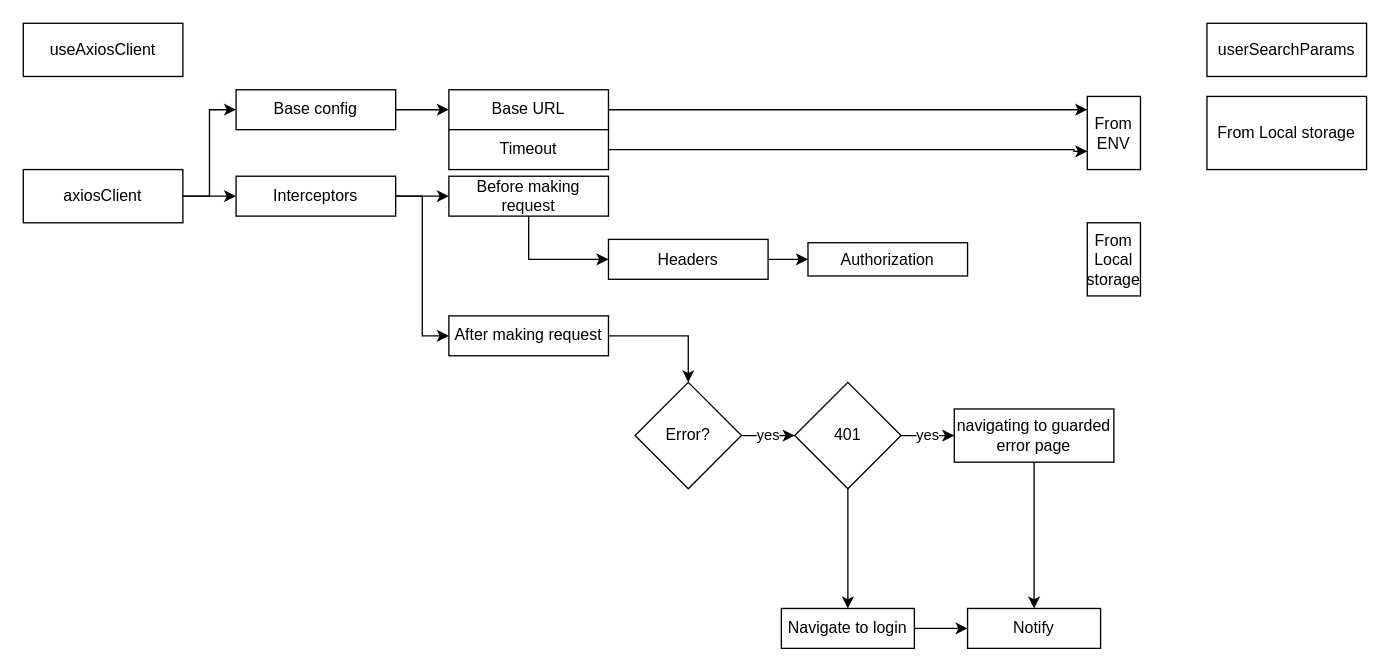
This is page "Hooks" (3 of 5) of my_lms.drawio from wind198/my_lms_fe, a draw.io file, before an edit. Source tidied: cells renumbered, new cells numbered last; positions are measured from the earlier drawing's top-left corner, leaving out a move shared by most shapes. Both pictures are drawn from the tidied source at 133%, with x=0, y=0 at pixel (23, 23).
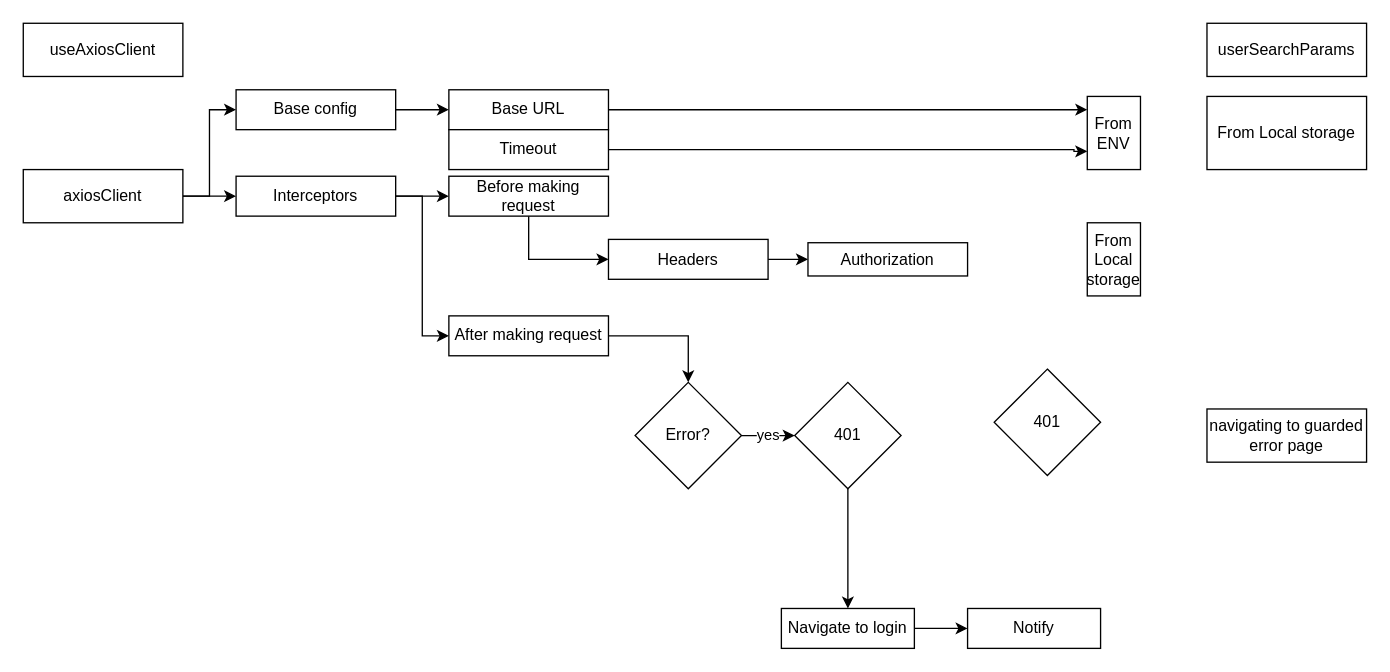
After the change.

Unchanged cells that the change refers to:
```xml
<mxCell id="30" value="401" style="rhombus;whiteSpace=wrap;html=1;rounded=0;" parent="1" vertex="1">
  <mxGeometry x="580" y="270" width="80" height="80" as="geometry" />
</mxCell>
<mxCell id="33" value="Notify" style="whiteSpace=wrap;html=1;rounded=0;" parent="1" vertex="1">
  <mxGeometry x="710" y="440" width="100" height="30" as="geometry" />
</mxCell>
```

The edit, as a diff of the source:
```diff
@@
-    <mxCell id="26" style="edgeStyle=orthogonalEdgeStyle;rounded=0;jettySize=auto;html=1;entryX=0.5;entryY=0;entryDx=0;entryDy=0;" parent="1" edge="1" source="27" target="33">
-      <mxGeometry relative="1" as="geometry" />
-    </mxCell>
     <mxCell id="27" value="navigating to guarded error page" style="whiteSpace=wrap;html=1;rounded=0;" parent="1" vertex="1">
-      <mxGeometry x="700" y="290" width="120" height="40" as="geometry" />
+      <mxGeometry x="890" y="290" width="120" height="40" as="geometry" />
     </mxCell>
-    <mxCell id="28" value="yes" style="edgeStyle=orthogonalEdgeStyle;rounded=0;jettySize=auto;html=1;entryX=0;entryY=0.5;entryDx=0;entryDy=0;" parent="1" edge="1" source="30" target="27">
-      <mxGeometry relative="1" as="geometry" />
-    </mxCell>
@@
+    <mxCell id="36" value="401" style="rhombus;whiteSpace=wrap;html=1;rounded=0;" parent="1" vertex="1">
+      <mxGeometry x="730" y="260" width="80" height="80" as="geometry" />
+    </mxCell>
```
